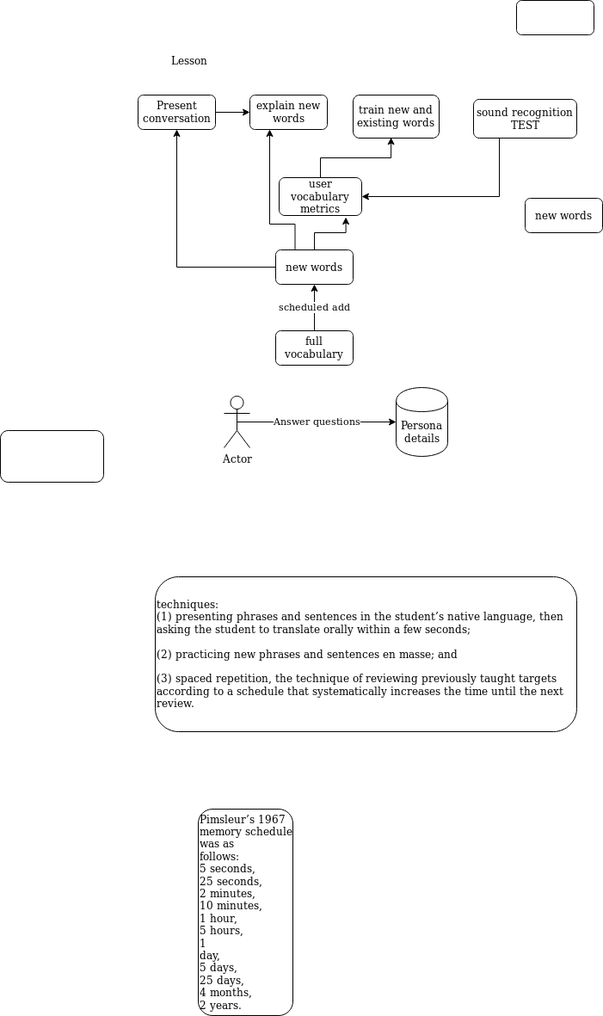
This is Language Tutor.png from Mr-Ruben/ml, a draw.io export, as it was before one commit. Source tidied: cells renumbered, new cells last; positions are measured from the earlier drawing's top-left corner, leaving out a move shared by most shapes.
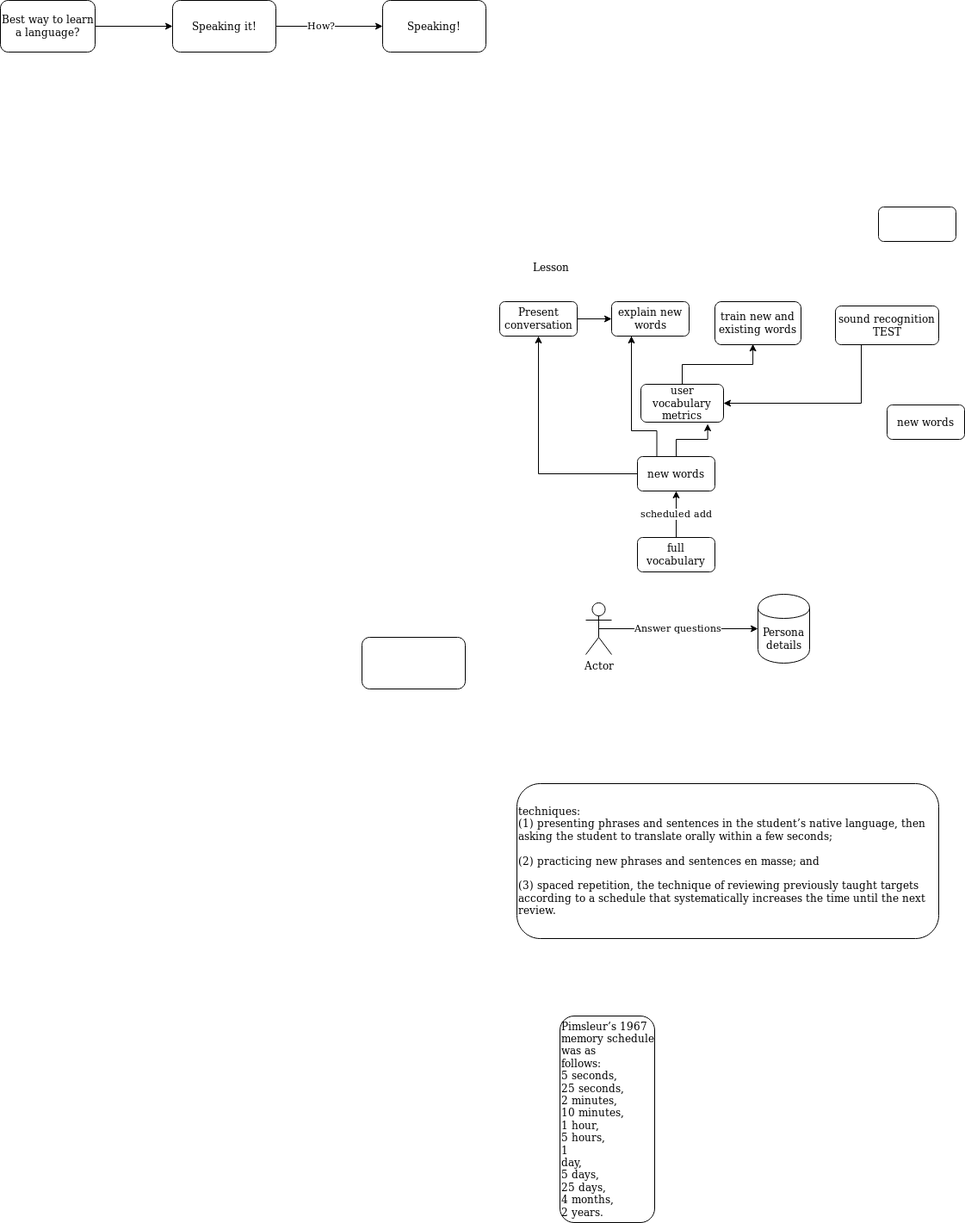
The same diagram one commit later.

The edit, as a diff of the source:
```diff
@@ -78,5 +78,25 @@
     <mxCell id="24" value="&lt;span style=&quot;color: #000000&quot;&gt;Pimsleur’s 1967 memory schedule was as &lt;br&gt;&lt;/span&gt;&lt;div&gt;&lt;span style=&quot;color: #000000&quot;&gt;follows: &lt;br&gt;&lt;/span&gt;&lt;/div&gt;&lt;div&gt;&lt;span style=&quot;color: #000000&quot;&gt;5 seconds, &lt;br&gt;&lt;/span&gt;&lt;/div&gt;&lt;div&gt;&lt;span style=&quot;color: #000000&quot;&gt;25 seconds, &lt;br&gt;&lt;/span&gt;&lt;/div&gt;&lt;div&gt;&lt;span style=&quot;color: #000000&quot;&gt;2 minutes, &lt;br&gt;&lt;/span&gt;&lt;/div&gt;&lt;div&gt;&lt;span style=&quot;color: #000000&quot;&gt;10 minutes, &lt;br&gt;&lt;/span&gt;&lt;/div&gt;&lt;div&gt;&lt;span style=&quot;color: #000000&quot;&gt;1 hour, &lt;br&gt;&lt;/span&gt;&lt;/div&gt;&lt;div&gt;&lt;span style=&quot;color: #000000&quot;&gt;5 hours, &lt;br&gt;&lt;/span&gt;&lt;/div&gt;&lt;div&gt;&lt;span style=&quot;color: #000000&quot;&gt;1&lt;/span&gt;&lt;/div&gt;&lt;div&gt;&lt;span style=&quot;color: #000000&quot;&gt;&lt;/span&gt;&lt;/div&gt;&lt;div&gt;&lt;span style=&quot;color: #000000&quot;&gt; day, &lt;br&gt;&lt;/span&gt;&lt;/div&gt;&lt;div&gt;&lt;span style=&quot;color: #000000&quot;&gt;5 days, &lt;br&gt;&lt;/span&gt;&lt;/div&gt;&lt;div&gt;&lt;span style=&quot;color: #000000&quot;&gt;25 days, &lt;br&gt;&lt;/span&gt;&lt;/div&gt;&lt;div&gt;&lt;span style=&quot;color: #000000&quot;&gt;4 months, &lt;br&gt;&lt;/span&gt;&lt;/div&gt;&lt;div&gt;&lt;span style=&quot;color: #000000&quot;&gt;2 years.&lt;/span&gt;&lt;/div&gt;" style="rounded=1;whiteSpace=wrap;html=1;align=left;" parent="1" vertex="1">
       <mxGeometry x="230" y="940" width="110" height="240" as="geometry" />
     </mxCell>
+    <mxCell id="25" style="edgeStyle=orthogonalEdgeStyle;rounded=0;jettySize=auto;html=1;" parent="1" edge="1" source="26" target="28">
+      <mxGeometry relative="1" as="geometry" />
+    </mxCell>
+    <mxCell id="26" value="Best way to learn a language?" style="rounded=1;whiteSpace=wrap;html=1;" parent="1" vertex="1">
+      <mxGeometry x="-420" y="-240" width="110" height="60" as="geometry" />
+    </mxCell>
+    <mxCell id="27" value="&lt;div&gt;How?&lt;/div&gt;" style="edgeStyle=orthogonalEdgeStyle;rounded=0;jettySize=auto;html=1;" parent="1" edge="1" source="28" target="29">
+      <mxGeometry x="-0.16" relative="1" as="geometry">
+        <Array as="points">
+          <mxPoint x="-50" y="-210" />
+          <mxPoint x="-50" y="-210" />
+        </Array>
+      </mxGeometry>
+    </mxCell>
+    <mxCell id="28" value="Speaking it!" style="rounded=1;whiteSpace=wrap;html=1;" parent="1" vertex="1">
+      <mxGeometry x="-220" y="-240" width="120" height="60" as="geometry" />
+    </mxCell>
+    <mxCell id="29" value="Speaking!" style="rounded=1;whiteSpace=wrap;html=1;" parent="1" vertex="1">
+      <mxGeometry x="24" y="-240" width="120" height="60" as="geometry" />
+    </mxCell>
   </root>
 </mxGraphModel>
```
